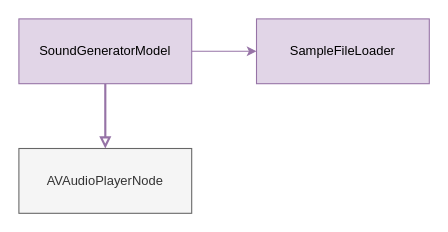
Earlier version of the draw.io diagram page "Dependency Diagram" (3 of 3) of Mobile Lab Design.drawio (jerryweb/The-Mobile-Lab). Source tidied: cells renumbered, new cells numbered last; positions are measured from the earlier drawing's top-left corner, leaving out a move shared by most shapes. Both pictures are drawn from the tidied source at 108%, with x=0, y=0 at pixel (18, 18).
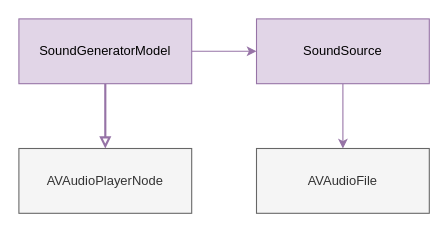
After the change.

Change to the diagram source:
```diff
@@
 <mxGraphModel>
   <root>
     <mxCell id="0" />
     <mxCell id="1" parent="0" />
     <mxCell id="2" style="edgeStyle=orthogonalEdgeStyle;rounded=0;jettySize=auto;html=1;endArrow=block;endFill=0;strokeWidth=2;fillColor=#e1d5e7;strokeColor=#9673a6;" parent="1" edge="1" source="4" target="5">
       <mxGeometry relative="1" as="geometry" />
     </mxCell>
     <mxCell id="3" style="edgeStyle=orthogonalEdgeStyle;rounded=0;jettySize=auto;html=1;endArrow=classic;endFill=1;strokeWidth=1;fillColor=#e1d5e7;strokeColor=#9673a6;" parent="1" edge="1" source="4" target="6">
       <mxGeometry relative="1" as="geometry" />
     </mxCell>
     <mxCell id="4" value="SoundGeneratorModel" style="rounded=0;whiteSpace=wrap;html=1;fillColor=#e1d5e7;strokeColor=#9673a6;" parent="1" vertex="1">
       <mxGeometry width="160" height="60" as="geometry" />
     </mxCell>
     <mxCell id="5" value="AVAudioPlayerNode" style="rounded=0;whiteSpace=wrap;html=1;fillColor=#f5f5f5;strokeColor=#666666;fontColor=#333333;" parent="1" vertex="1">
       <mxGeometry y="120" width="160" height="60" as="geometry" />
     </mxCell>
+    <mxCell id="7" style="edgeStyle=orthogonalEdgeStyle;rounded=0;jettySize=auto;html=1;fillColor=#e1d5e7;strokeColor=#9673a6;" parent="1" edge="1" source="6" target="8">
+      <mxGeometry relative="1" as="geometry" />
+    </mxCell>
-    <mxCell id="6" value="SampleFileLoader" style="rounded=0;whiteSpace=wrap;html=1;fillColor=#e1d5e7;strokeColor=#9673a6;" parent="1" vertex="1">
+    <mxCell id="6" value="SoundSource" style="rounded=0;whiteSpace=wrap;html=1;fillColor=#e1d5e7;strokeColor=#9673a6;" parent="1" vertex="1">
       <mxGeometry x="220" width="160" height="60" as="geometry" />
     </mxCell>
+    <mxCell id="8" value="AVAudioFile" style="rounded=0;whiteSpace=wrap;html=1;fillColor=#f5f5f5;strokeColor=#666666;fontColor=#333333;" parent="1" vertex="1">
+      <mxGeometry x="220" y="120" width="160" height="60" as="geometry" />
+    </mxCell>
   </root>
 </mxGraphModel>
```
